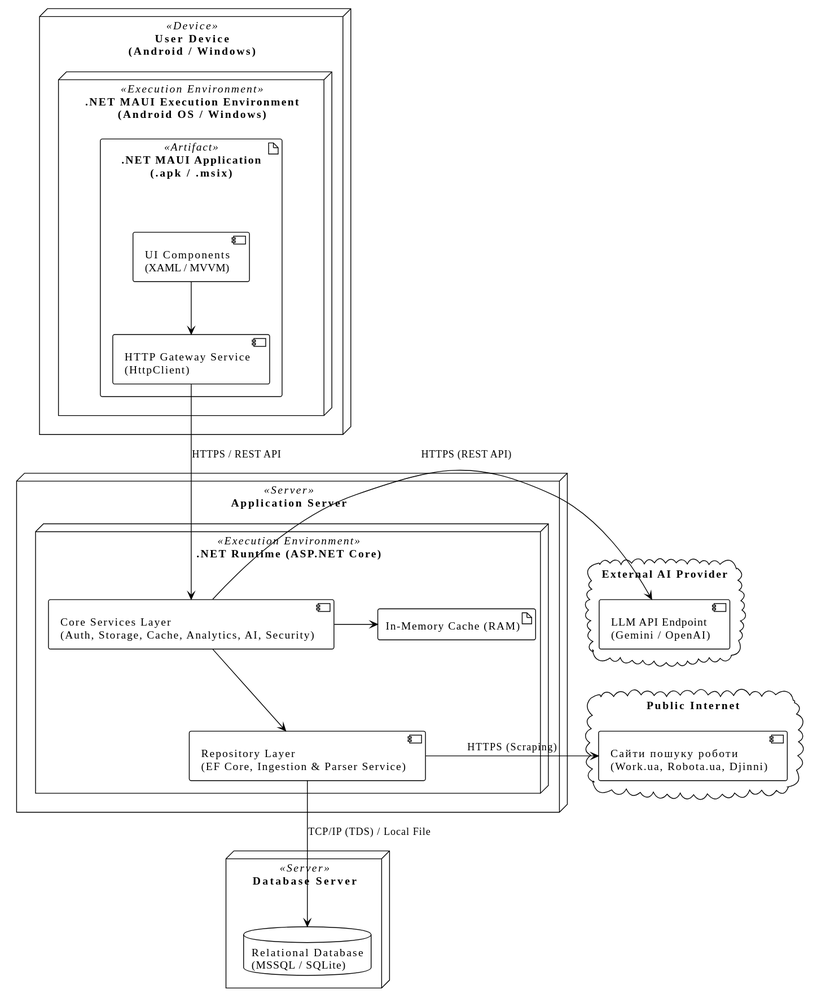
The PlantUML diagram docs/architecture/uml/deployment-diagram.svg in ukma-fin-ssdm-2026/waterfall, before a commit. Its diagram source:
```plantuml
@startuml

!theme plain
skinparam nodesep 55
skinparam ranksep 65

node "User Device\n(Android / Windows)" <<Device>> {
    node ".NET MAUI Execution Environment\n(Android OS / Windows)" <<Execution Environment>> {
        artifact ".NET MAUI Application\n(.apk / .msix)" <<Artifact>> {
            component "UI Components\n(XAML / MVVM)" as ClientUI
            component "HTTP Gateway Service\n(HttpClient)" as ClientGateway
            ClientUI -down-> ClientGateway
        }
    }
}

cloud "External AI Provider" {
    component "LLM API Endpoint\n(Gemini / OpenAI)" as AIEndpoint
}

node "Application Server" <<Server>> {
    node ".NET Runtime (ASP.NET Core)" <<Execution Environment>> {
        component "Core Services Layer\n(Auth, Storage, Cache, Analytics, AI, Security)" as CoreServices
        component "Repository Layer\n(EF Core, Ingestion & Parser Service)" as RepoLayer
        artifact "In-Memory Cache (RAM)" as MemoryCache

        CoreServices -down-> RepoLayer
        CoreServices -right-> MemoryCache
    }
}

node "Database Server" <<Server>> {
    database "Relational Database\n(MSSQL / SQLite)" as DB
}

cloud "Public Internet" {
    component "Сайти пошуку роботи\n(Work.ua, Robota.ua, Djinni)" as JobSites
}

ClientGateway -down-> CoreServices : HTTPS / REST API
RepoLayer -down-> DB : TCP/IP (TDS) / Local File
CoreServices -left-> AIEndpoint : HTTPS (REST API)
RepoLayer -right-> JobSites : HTTPS (Scraping)
@enduml
```
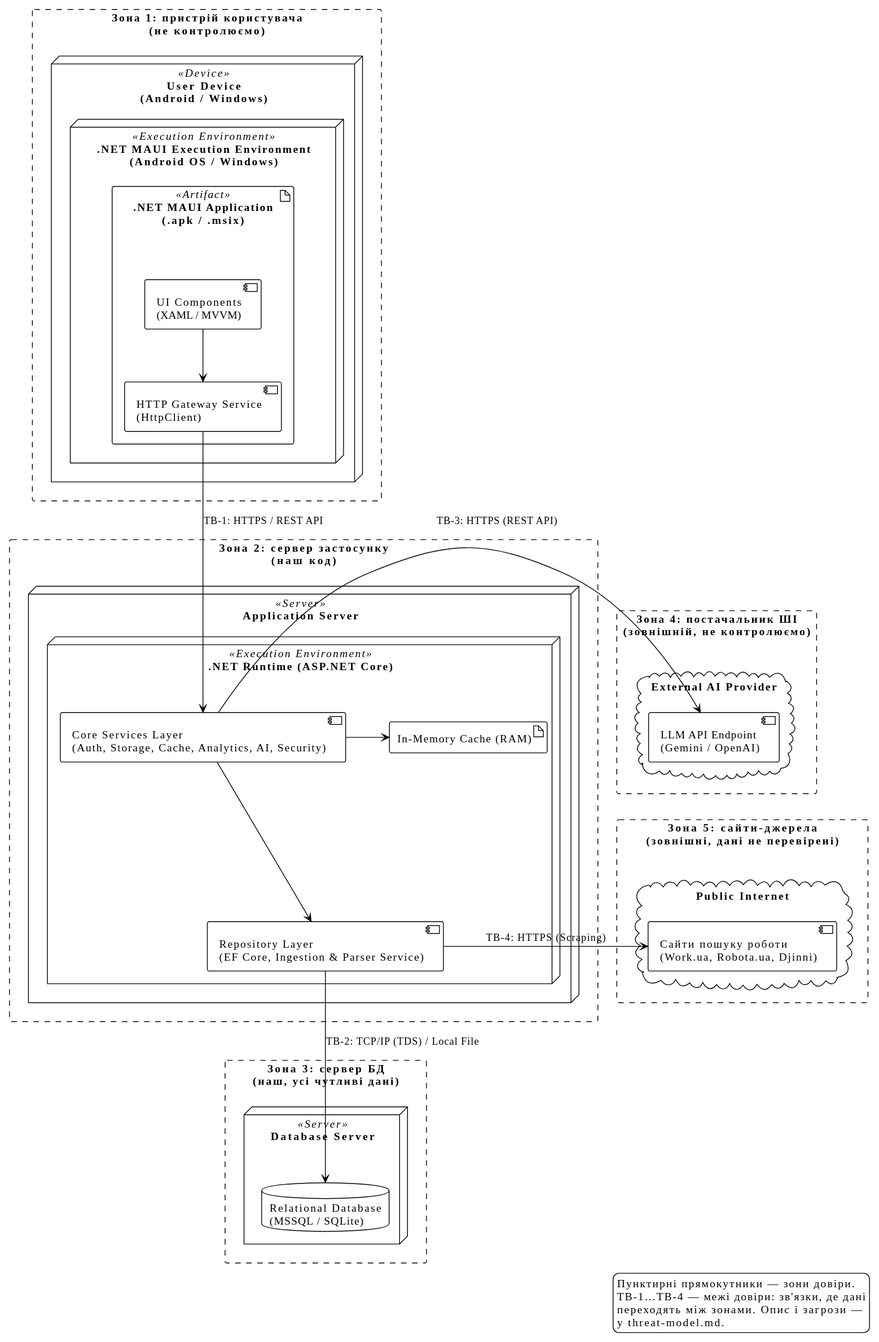
The same diagram one commit later.

Commit message:
Task 5: created threat-model.md and so updated deployment-diagram.

What changed in the source:
```diff
@@ -4,41 +4,58 @@
 skinparam nodesep 55
 skinparam ranksep 65
 
-node "User Device\n(Android / Windows)" <<Device>> {
-    node ".NET MAUI Execution Environment\n(Android OS / Windows)" <<Execution Environment>> {
-        artifact ".NET MAUI Application\n(.apk / .msix)" <<Artifact>> {
-            component "UI Components\n(XAML / MVVM)" as ClientUI
-            component "HTTP Gateway Service\n(HttpClient)" as ClientGateway
-            ClientUI -down-> ClientGateway
+rectangle "Зона 1: пристрій користувача\n(не контролюємо)" as Z1 #line.dashed {
+    node "User Device\n(Android / Windows)" <<Device>> {
+        node ".NET MAUI Execution Environment\n(Android OS / Windows)" <<Execution Environment>> {
+            artifact ".NET MAUI Application\n(.apk / .msix)" <<Artifact>> {
+                component "UI Components\n(XAML / MVVM)" as ClientUI
+                component "HTTP Gateway Service\n(HttpClient)" as ClientGateway
+                ClientUI -down-> ClientGateway
+            }
         }
     }
 }
 
-cloud "External AI Provider" {
-    component "LLM API Endpoint\n(Gemini / OpenAI)" as AIEndpoint
-}
-
-node "Application Server" <<Server>> {
-    node ".NET Runtime (ASP.NET Core)" <<Execution Environment>> {
-        component "Core Services Layer\n(Auth, Storage, Cache, Analytics, AI, Security)" as CoreServices
-        component "Repository Layer\n(EF Core, Ingestion & Parser Service)" as RepoLayer
-        artifact "In-Memory Cache (RAM)" as MemoryCache
-
-        CoreServices -down-> RepoLayer
-        CoreServices -right-> MemoryCache
+rectangle "Зона 4: постачальник ШІ\n(зовнішній, не контролюємо)" as Z4 #line.dashed {
+    cloud "External AI Provider" {
+        component "LLM API Endpoint\n(Gemini / OpenAI)" as AIEndpoint
     }
 }
 
-node "Database Server" <<Server>> {
-    database "Relational Database\n(MSSQL / SQLite)" as DB
+rectangle "Зона 2: сервер застосунку\n(наш код)" as Z2 #line.dashed {
+    node "Application Server" <<Server>> {
+        node ".NET Runtime (ASP.NET Core)" <<Execution Environment>> {
+            component "Core Services Layer\n(Auth, Storage, Cache, Analytics, AI, Security)" as CoreServices
+            component "Repository Layer\n(EF Core, Ingestion & Parser Service)" as RepoLayer
+            artifact "In-Memory Cache (RAM)" as MemoryCache
+
+            CoreServices -down-> RepoLayer
+            CoreServices -right-> MemoryCache
+        }
+    }
 }
 
-cloud "Public Internet" {
-    component "Сайти пошуку роботи\n(Work.ua, Robota.ua, Djinni)" as JobSites
+rectangle "Зона 3: сервер БД\n(наш, усі чутливі дані)" as Z3 #line.dashed {
+    node "Database Server" <<Server>> {
+        database "Relational Database\n(MSSQL / SQLite)" as DB
+    }
 }
 
-ClientGateway -down-> CoreServices : HTTPS / REST API
-RepoLayer -down-> DB : TCP/IP (TDS) / Local File
-CoreServices -left-> AIEndpoint : HTTPS (REST API)
-RepoLayer -right-> JobSites : HTTPS (Scraping)
+rectangle "Зона 5: сайти-джерела\n(зовнішні, дані не перевірені)" as Z5 #line.dashed {
+    cloud "Public Internet" {
+        component "Сайти пошуку роботи\n(Work.ua, Robota.ua, Djinni)" as JobSites
+    }
+}
+
+ClientGateway -down-> CoreServices : TB-1: HTTPS / REST API
+RepoLayer -down-> DB : TB-2: TCP/IP (TDS) / Local File
+CoreServices -left-> AIEndpoint : TB-3: HTTPS (REST API)
+RepoLayer -right-> JobSites : TB-4: HTTPS (Scraping)
+
+legend right
+  Пунктирні прямокутники — зони довіри.
+  TB-1…TB-4 — межі довіри: зв'язки, де дані
+  переходять між зонами. Опис і загрози —
+  у threat-model.md.
+endlegend
 @enduml
```
